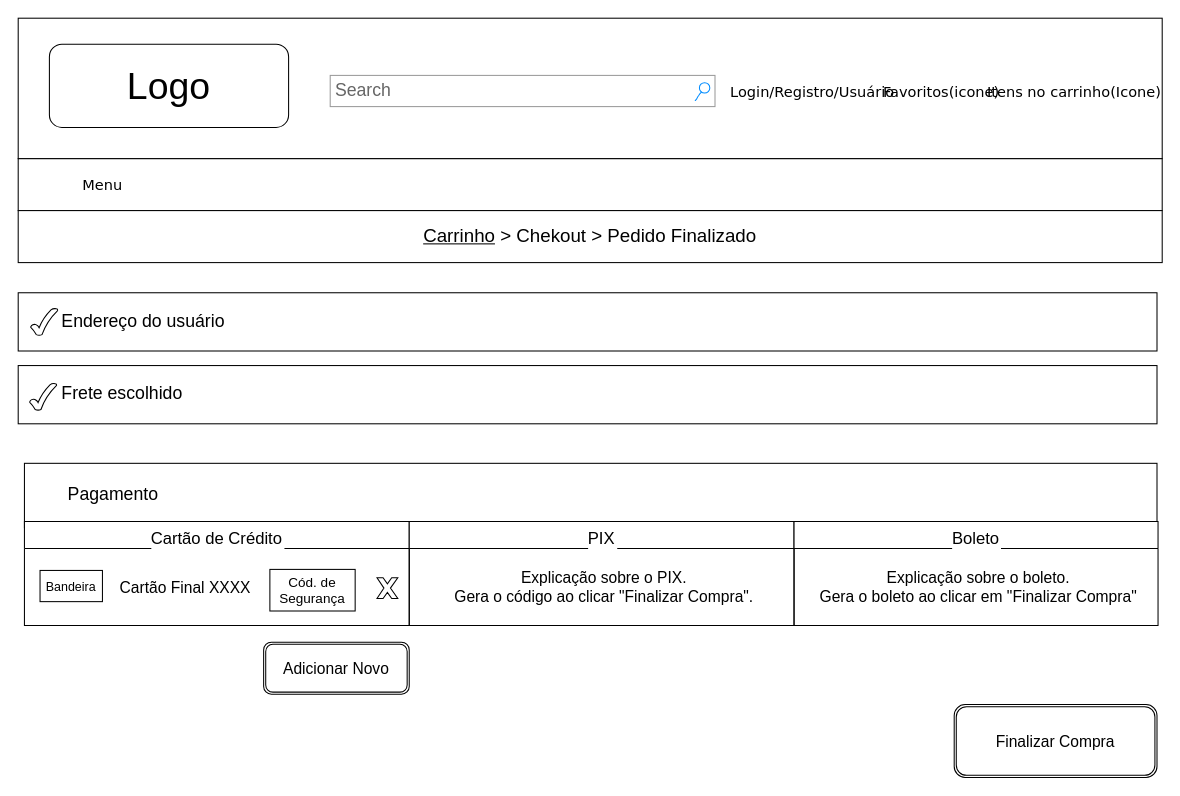
pdaambrosio/dh_group_5 keeps this draw.io diagram as page "7.1 Pagamento" (15 of 16) of wireframe.drawio. Above is the earlier version. Source tidied: cells renumbered, new cells numbered last; positions are measured from the earlier drawing's top-left corner, leaving out a move shared by most shapes. Both pictures are drawn from the tidied source at 104%, with x=0, y=0 at pixel (18, 18). Pictures stored in the file or linked from it are replaced by grey dashed boxes.
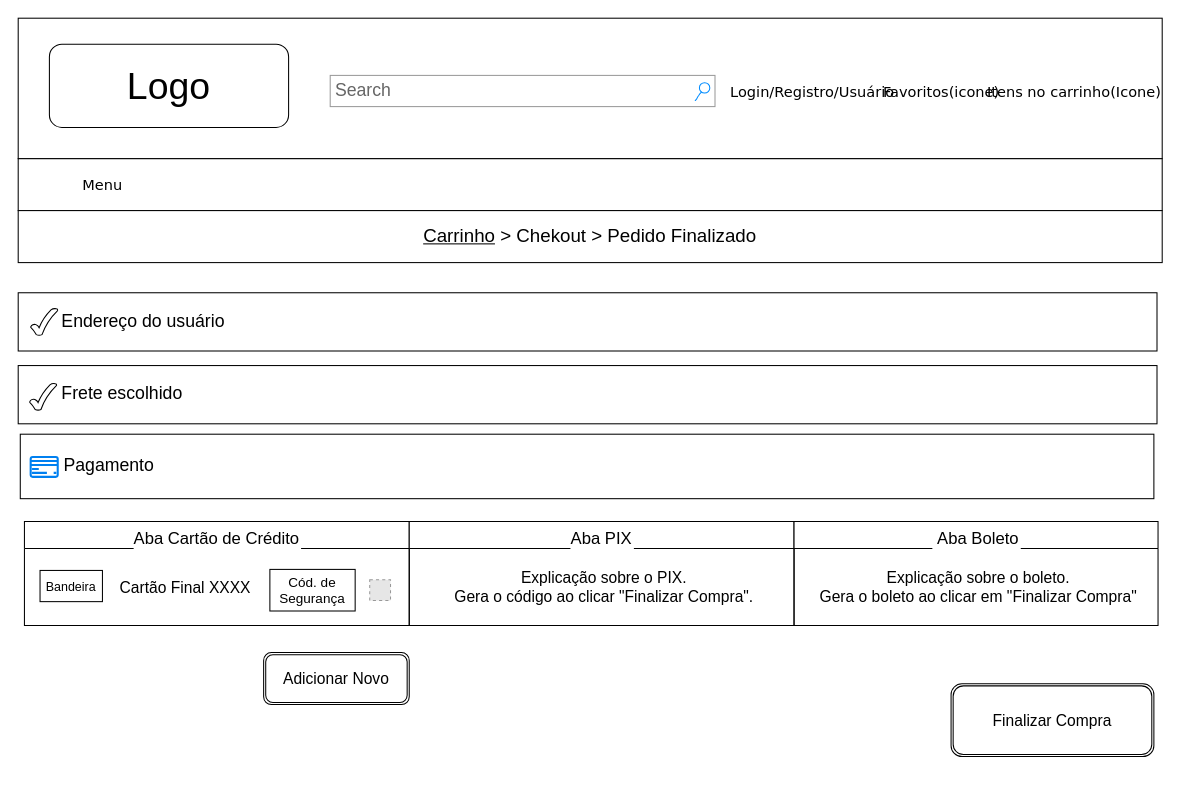
The same diagram, later.

What changed in the source:
```diff
@@
     <mxCell id="13" value="&lt;blockquote style=&quot;margin: 0 0 0 40px ; border: none ; padding: 0px&quot;&gt;&lt;font style=&quot;font-size: 17px&quot;&gt;Pagamento&lt;/font&gt;&lt;/blockquote&gt;" style="rounded=0;whiteSpace=wrap;html=1;align=left;" parent="1" vertex="1">
-      <mxGeometry x="6" y="428" width="1089" height="62" as="geometry" />
+      <mxGeometry x="2" y="400" width="1090" height="62" as="geometry" />
     </mxCell>
@@
-    <mxCell id="16" style="verticalLabelPosition=bottom;verticalAlign=top;html=1;shape=mxgraph.basic.x;labelBackgroundColor=none;fontSize=15;align=left;" parent="1" vertex="1">
-      <mxGeometry x="345" y="538" width="20" height="20" as="geometry" />
-    </mxCell>
@@
-    <mxCell id="19" value="Cartão de Crédito" style="swimlane;fontStyle=0;align=center;verticalAlign=top;horizontal=1;startSize=26;fontSize=16;labelBackgroundColor=#FFFFFF;" parent="1" vertex="1">
+    <mxCell id="19" value="Aba Cartão de Crédito" style="swimlane;fontStyle=0;align=center;verticalAlign=top;horizontal=1;startSize=26;fontSize=16;labelBackgroundColor=#FFFFFF;" parent="1" vertex="1">
       <mxGeometry x="6" y="484" width="370" height="100" as="geometry" />
     </mxCell>
@@
     <mxCell id="22" value="Adicionar Novo" style="shape=ext;double=1;rounded=1;whiteSpace=wrap;html=1;labelBackgroundColor=#FFFFFF;fontSize=15;align=center;" parent="1" vertex="1">
-      <mxGeometry x="236" y="600" width="140" height="50" as="geometry" />
+      <mxGeometry x="236" y="610" width="140" height="50" as="geometry" />
     </mxCell>
-    <mxCell id="23" value="PIX" style="swimlane;fontStyle=0;align=center;verticalAlign=top;horizontal=1;startSize=26;fontSize=16;labelBackgroundColor=#FFFFFF;" parent="1" vertex="1">
+    <mxCell id="23" value="Aba PIX" style="swimlane;fontStyle=0;align=center;verticalAlign=top;horizontal=1;startSize=26;fontSize=16;labelBackgroundColor=#FFFFFF;" parent="1" vertex="1">
       <mxGeometry x="376" y="484" width="370" height="100" as="geometry" />
     </mxCell>
@@
-    <mxCell id="25" value="Boleto" style="swimlane;fontStyle=0;align=center;verticalAlign=top;horizontal=1;startSize=26;fontSize=16;labelBackgroundColor=#FFFFFF;" parent="1" vertex="1">
+    <mxCell id="25" value=" Aba Boleto" style="swimlane;fontStyle=0;align=center;verticalAlign=top;horizontal=1;startSize=26;fontSize=16;labelBackgroundColor=#FFFFFF;" parent="1" vertex="1">
       <mxGeometry x="746" y="484" width="350" height="100" as="geometry" />
     </mxCell>
@@
     <mxCell id="27" value="Finalizar Compra" style="shape=ext;double=1;rounded=1;whiteSpace=wrap;html=1;labelBackgroundColor=#FFFFFF;fontSize=15;align=center;" parent="1" vertex="1">
-      <mxGeometry x="900" y="660" width="195" height="70" as="geometry" />
+      <mxGeometry x="897" y="640" width="195" height="70" as="geometry" />
     </mxCell>
+    <mxCell id="28" style="fillColor=#E6E6E6;strokeColor=#999999;dashed=1;html=1;verticalAlign=top;verticalLabelPosition=bottom;labelBackgroundColor=#ffffff;fontSize=15;align=center;" parent="1" vertex="1">
+      <mxGeometry x="338" y="540" width="20" height="20" as="geometry" />
+    </mxCell>
+    <mxCell id="29" style="html=1;verticalLabelPosition=bottom;align=center;labelBackgroundColor=#ffffff;verticalAlign=top;strokeWidth=2;strokeColor=#0080F0;shadow=0;dashed=0;shape=mxgraph.ios7.icons.credit_card;fontSize=15;" parent="1" vertex="1">
+      <mxGeometry x="12" y="422" width="26" height="19" as="geometry" />
+    </mxCell>
```
